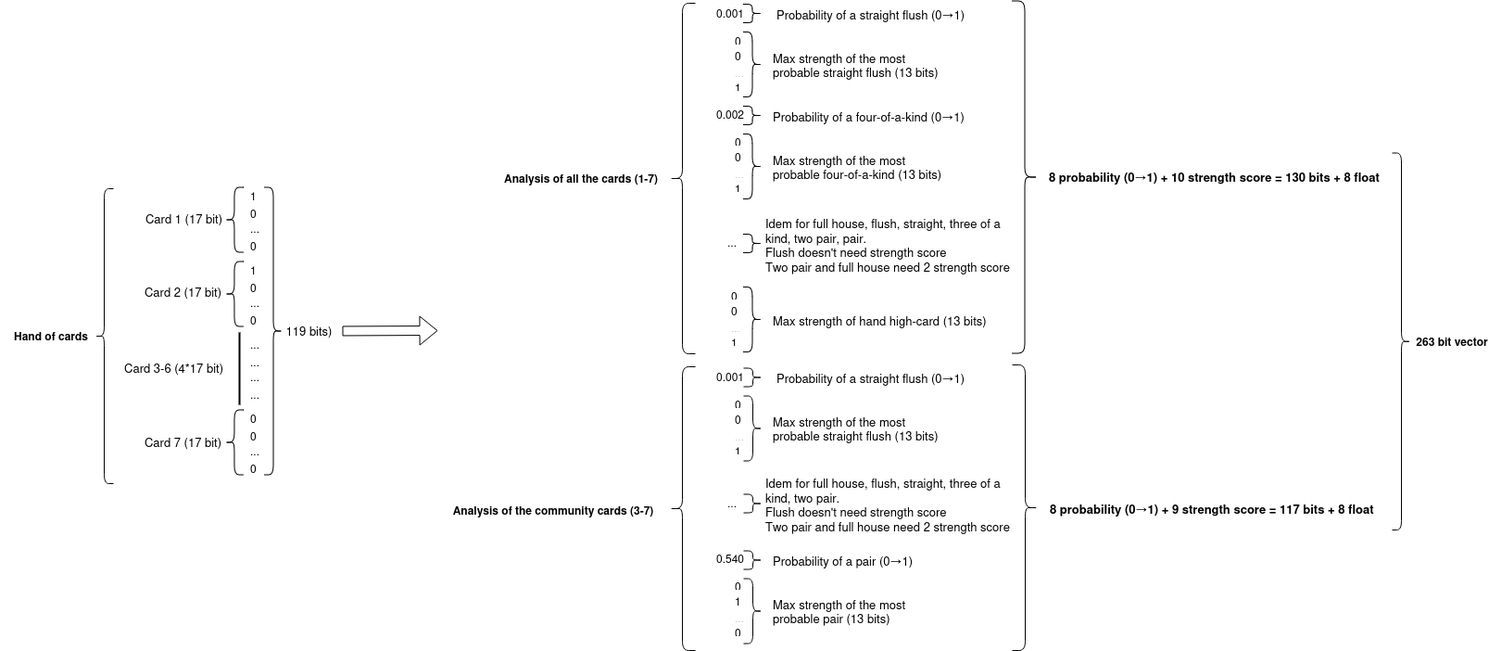
This is images/fig_3.png from SnoopyDogoGod/Poker-hand-analysis, a draw.io export, as it was before one commit. Source tidied: cells renumbered, new cells last; positions are measured from the earlier drawing's top-left corner, leaving out a move shared by most shapes.
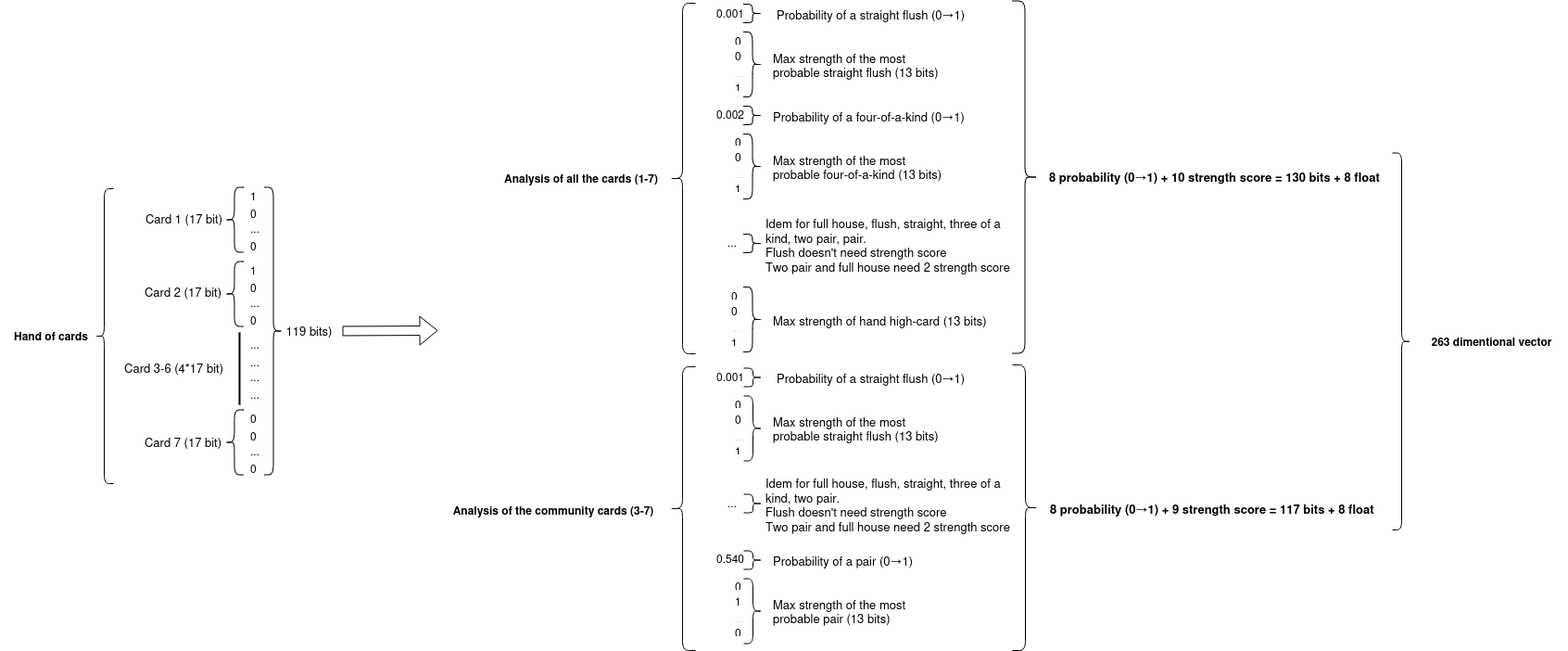
The same file after the commit.

Diff of the diagram source:
```diff
@@ -396,9 +396,9 @@
     <mxCell id="131" style="shape=curlyBracket;whiteSpace=wrap;html=1;rounded=1;flipH=1;labelPosition=right;verticalLabelPosition=middle;align=left;verticalAlign=middle;" parent="1" vertex="1">
       <mxGeometry x="1502" y="165.5" width="20" height="406.5" as="geometry" />
     </mxCell>
-    <object id="132" label="263 bit vector" name="Variable" placeholders="1">
+    <object id="132" label="263 dimentional vector" name="Variable" placeholders="1">
       <mxCell style="text;html=1;strokeColor=none;fillColor=none;align=center;verticalAlign=middle;whiteSpace=wrap;overflow=hidden;fontStyle=1;" parent="1" vertex="1">
-        <mxGeometry x="1527" y="359" width="80" height="20" as="geometry" />
+        <mxGeometry x="1527" y="359" width="165" height="20" as="geometry" />
       </mxCell>
     </object>
     <mxCell id="133" style="shape=flexArrow;endArrow=classic;html=1;rounded=0;" parent="1" edge="1">
```
